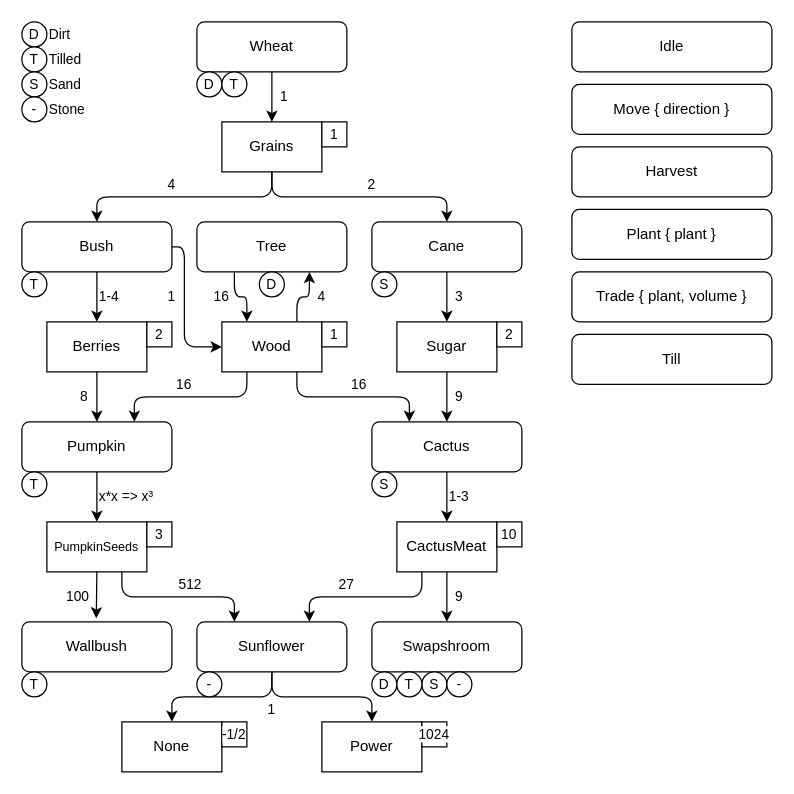
Above: Farmio.drawio in varpeti/farmio (draw.io), before the change. Source tidied: cells renumbered, new cells numbered last; positions are measured from the earlier drawing's top-left corner, leaving out a move shared by most shapes. Both pictures are drawn from the tidied source at 125%, with x=0, y=0 at pixel (21, 21).
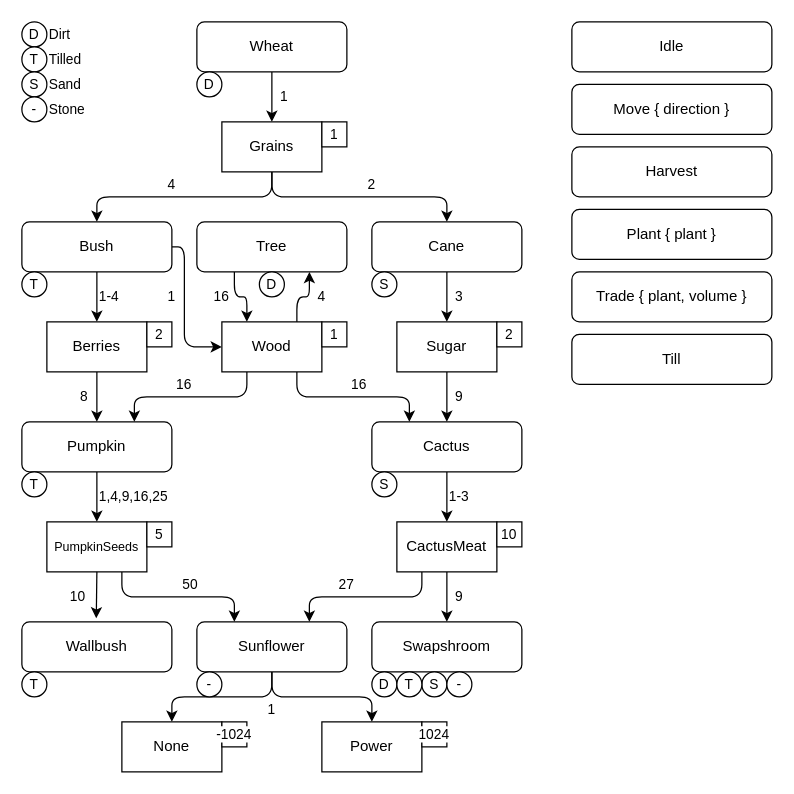
The same diagram, later.

The edit, as a diff of the source:
```diff
@@
-    <mxCell id="46" value="T" style="ellipse;whiteSpace=wrap;html=1;fontFamily=Helvetica;fontSize=11;fontColor=default;labelBackgroundColor=default;strokeColor=light-dark(#000000,#994C00);" parent="1" vertex="1">
-      <mxGeometry x="160" y="40" width="20" height="20" as="geometry" />
-    </mxCell>
@@
-    <mxCell id="74" value="x*x =&amp;gt; x³" style="text;html=1;align=left;verticalAlign=middle;whiteSpace=wrap;rounded=0;fontFamily=Helvetica;fontSize=11;fontColor=light-dark(#000000,#80FF00);labelBackgroundColor=default;" parent="1" vertex="1">
-      <mxGeometry x="60" y="370" width="50" height="20" as="geometry" />
+    <mxCell id="74" value="1,4,9,16,25" style="text;html=1;align=left;verticalAlign=middle;whiteSpace=wrap;rounded=0;fontFamily=Helvetica;fontSize=11;fontColor=light-dark(#000000,#80FF00);labelBackgroundColor=default;" parent="1" vertex="1">
+      <mxGeometry x="60" y="370" width="60" height="20" as="geometry" />
     </mxCell>
-    <mxCell id="75" value="100" style="text;html=1;align=center;verticalAlign=middle;whiteSpace=wrap;rounded=0;fontFamily=Helvetica;fontSize=11;fontColor=light-dark(#000000,#FF0000);labelBackgroundColor=default;" parent="1" vertex="1">
+    <mxCell id="75" value="10" style="text;html=1;align=center;verticalAlign=middle;whiteSpace=wrap;rounded=0;fontFamily=Helvetica;fontSize=11;fontColor=light-dark(#000000,#FF0000);labelBackgroundColor=default;" parent="1" vertex="1">
       <mxGeometry x="30" y="450" width="30" height="20" as="geometry" />
     </mxCell>
-    <mxCell id="76" value="512" style="text;html=1;align=center;verticalAlign=middle;whiteSpace=wrap;rounded=0;fontFamily=Helvetica;fontSize=11;fontColor=light-dark(#000000,#FF0000);labelBackgroundColor=default;" parent="1" vertex="1">
+    <mxCell id="76" value="50" style="text;html=1;align=center;verticalAlign=middle;whiteSpace=wrap;rounded=0;fontFamily=Helvetica;fontSize=11;fontColor=light-dark(#000000,#FF0000);labelBackgroundColor=default;" parent="1" vertex="1">
       <mxGeometry x="120" y="440" width="30" height="20" as="geometry" />
     </mxCell>
@@
-    <mxCell id="82" value="3" style="rounded=0;whiteSpace=wrap;html=1;fontFamily=Helvetica;fontSize=11;fontColor=default;labelBackgroundColor=default;" parent="1" vertex="1">
+    <mxCell id="82" value="5" style="rounded=0;whiteSpace=wrap;html=1;fontFamily=Helvetica;fontSize=11;fontColor=default;labelBackgroundColor=default;" parent="1" vertex="1">
       <mxGeometry x="100" y="400" width="20" height="20" as="geometry" />
     </mxCell>
@@
-    <mxCell id="92" value="&lt;div&gt;-1/2&lt;/div&gt;" style="rounded=0;whiteSpace=wrap;html=1;fontFamily=Helvetica;fontSize=11;fontColor=default;labelBackgroundColor=default;" parent="1" vertex="1">
+    <mxCell id="92" value="&lt;div&gt;-1024&lt;/div&gt;" style="rounded=0;whiteSpace=wrap;html=1;fontFamily=Helvetica;fontSize=11;fontColor=default;labelBackgroundColor=default;" parent="1" vertex="1">
       <mxGeometry x="160" y="560" width="20" height="20" as="geometry" />
     </mxCell>
```
